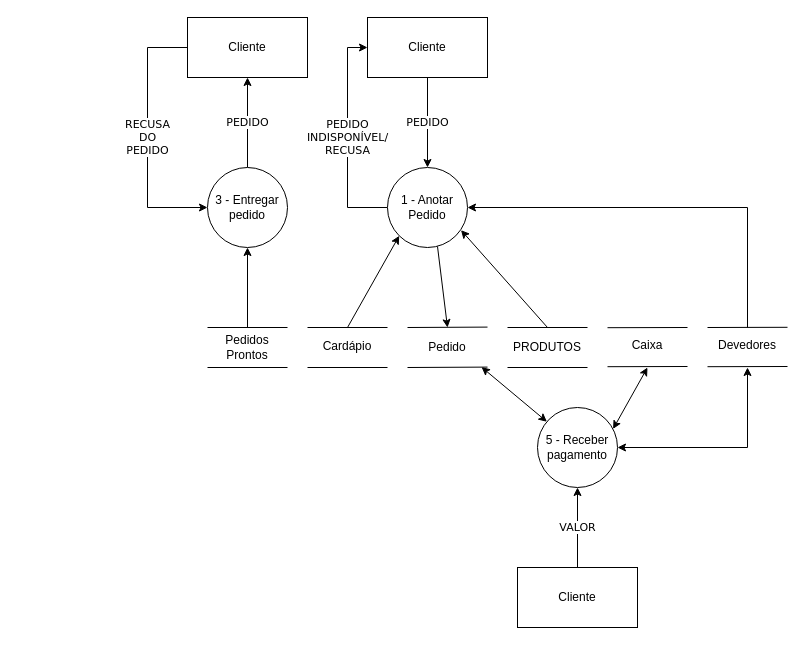
Before: docs/artefatos-15-23/ATENDIMENTO/DFD_ATENDIMENTO.drawio in Darienzo08/ope_ads, a draw.io diagram. Source tidied: cells renumbered, new cells numbered last; positions are measured from the earlier drawing's top-left corner, leaving out a move shared by most shapes. Both pictures are drawn from the tidied source at 100%, with x=0, y=0 at pixel (147, 17).
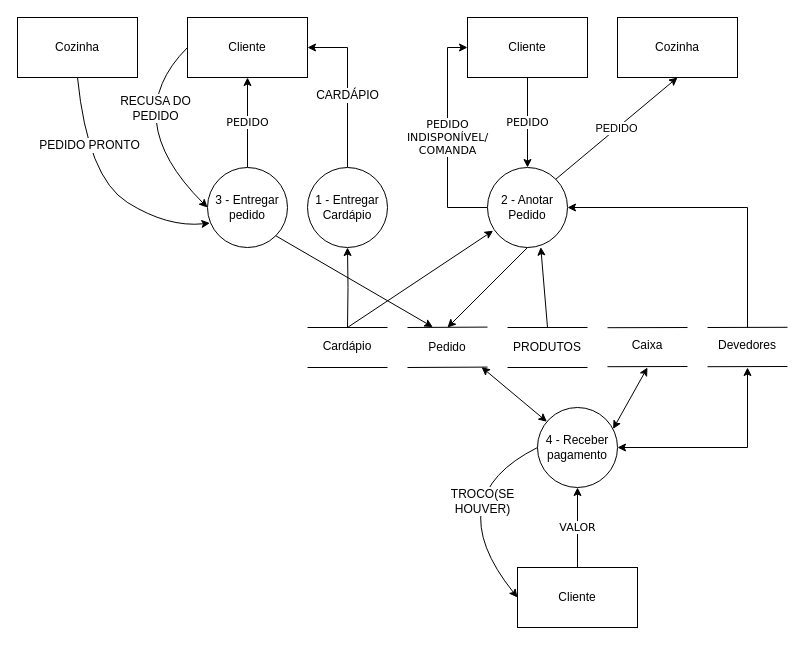
After the change.

Commit message (it also covers changes not shown here):
05.04.2020.financeiro-atendimento-cozinha

Unchanged cells that the change refers to:
```xml
<mxCell id="7" value="Pedido" style="text;html=1;strokeColor=none;fillColor=none;align=center;verticalAlign=middle;whiteSpace=wrap;rounded=0;" parent="1" vertex="1">
  <mxGeometry x="260" y="310" width="80" height="40" as="geometry" />
</mxCell>
<mxCell id="17" value="3 - Entregar pedido" style="ellipse;whiteSpace=wrap;html=1;" parent="1" vertex="1">
  <mxGeometry x="60" y="150" width="80" height="80" as="geometry" />
</mxCell>
<mxCell id="19" value="Cliente" style="rounded=0;whiteSpace=wrap;html=1;" parent="1" vertex="1">
  <mxGeometry x="40" width="120" height="60" as="geometry" />
</mxCell>
<mxCell id="28" value="Cliente" style="rounded=0;whiteSpace=wrap;html=1;" parent="1" vertex="1">
  <mxGeometry x="370" y="550" width="120" height="60" as="geometry" />
</mxCell>
```

The edit, as a diff of the source:
```diff
@@
+    <mxCell id="39" style="edgeStyle=orthogonalEdgeStyle;rounded=0;jettySize=auto;html=1;entryX=0.5;entryY=1;entryDx=0;entryDy=0;" parent="1" edge="1" target="42">
+      <mxGeometry relative="1" as="geometry">
+        <mxPoint x="200" y="310" as="sourcePoint" />
+      </mxGeometry>
+    </mxCell>
@@
     <mxCell id="9" value="Cliente" style="rounded=0;whiteSpace=wrap;html=1;" parent="1" vertex="1">
-      <mxGeometry x="220" width="120" height="60" as="geometry" />
+      <mxGeometry x="320" width="120" height="60" as="geometry" />
     </mxCell>
-    <mxCell id="10" value="&lt;div&gt;PEDIDO &lt;br&gt;&lt;/div&gt;&lt;div&gt;INDISPONÍVEL/&lt;/div&gt;&lt;div&gt;RECUSA&lt;br&gt;&lt;/div&gt;" style="edgeStyle=orthogonalEdgeStyle;rounded=0;jettySize=auto;html=1;entryX=0;entryY=0.5;entryDx=0;entryDy=0;fontColor=#000000;fontFamily=Verdana;" parent="1" edge="1" source="11" target="9">
+    <mxCell id="10" value="&lt;div&gt;PEDIDO &lt;br&gt;&lt;/div&gt;&lt;div&gt;INDISPONÍVEL/&lt;/div&gt;&lt;div&gt;COMANDA&lt;br&gt;&lt;/div&gt;" style="edgeStyle=orthogonalEdgeStyle;rounded=0;jettySize=auto;html=1;entryX=0;entryY=0.5;entryDx=0;entryDy=0;fontColor=#000000;fontFamily=Verdana;" parent="1" edge="1" source="11" target="9">
       <mxGeometry relative="1" as="geometry">
         <Array as="points">
-          <mxPoint x="200" y="190" />
-          <mxPoint x="200" y="30" />
+          <mxPoint x="300" y="190" />
+          <mxPoint x="300" y="30" />
         </Array>
       </mxGeometry>
     </mxCell>
-    <mxCell id="11" value="1 - Anotar Pedido" style="ellipse;whiteSpace=wrap;html=1;" parent="1" vertex="1">
-      <mxGeometry x="240" y="150" width="80" height="80" as="geometry" />
+    <mxCell id="11" value="2 - Anotar Pedido" style="ellipse;whiteSpace=wrap;html=1;" parent="1" vertex="1">
+      <mxGeometry x="340" y="150" width="80" height="80" as="geometry" />
     </mxCell>
-    <mxCell id="12" style="endArrow=classic;html=1;entryX=0;entryY=1;entryDx=0;entryDy=0;" parent="1" edge="1" target="11">
+    <mxCell id="12" style="endArrow=classic;html=1;entryX=0.07;entryY=0.79;entryDx=0;entryDy=0;entryPerimeter=0;" parent="1" edge="1" target="11">
       <mxGeometry relative="1" as="geometry">
         <mxPoint x="200" y="310" as="sourcePoint" />
       </mxGeometry>
     </mxCell>
@@
-    <mxCell id="18" value="&lt;div&gt;RECUSA&lt;/div&gt;&lt;div&gt;DO&lt;/div&gt;&lt;div&gt;PEDIDO&lt;br&gt;&lt;/div&gt;" style="edgeStyle=orthogonalEdgeStyle;rounded=0;jettySize=auto;html=1;entryX=0;entryY=0.5;entryDx=0;entryDy=0;fontFamily=Verdana;fontColor=#000000;" parent="1" edge="1" source="19" target="17">
-      <mxGeometry relative="1" as="geometry">
-        <Array as="points">
-          <mxPoint y="30" />
-          <mxPoint y="190" />
-        </Array>
-      </mxGeometry>
-    </mxCell>
@@
-    <mxCell id="20" style="endArrow=none;html=1;exitX=0;exitY=0;exitDx=0;exitDy=0;" parent="1" edge="1" source="23">
-      <mxGeometry relative="1" as="geometry">
-        <mxPoint x="140" y="310" as="targetPoint" />
-      </mxGeometry>
-    </mxCell>
-    <mxCell id="21" style="endArrow=none;html=1;exitX=0;exitY=1;exitDx=0;exitDy=0;" parent="1" edge="1" source="23">
-      <mxGeometry relative="1" as="geometry">
-        <mxPoint x="140" y="350" as="targetPoint" />
-      </mxGeometry>
-    </mxCell>
-    <mxCell id="22" style="edgeStyle=orthogonalEdgeStyle;rounded=0;jettySize=auto;html=1;entryX=0.5;entryY=1;entryDx=0;entryDy=0;" parent="1" edge="1" source="23" target="17">
-      <mxGeometry relative="1" as="geometry" />
-    </mxCell>
-    <mxCell id="23" value="Pedidos Prontos" style="text;html=1;strokeColor=none;fillColor=none;align=center;verticalAlign=middle;whiteSpace=wrap;rounded=0;" parent="1" vertex="1">
-      <mxGeometry x="60" y="310" width="80" height="40" as="geometry" />
-    </mxCell>
@@
-    <mxCell id="30" value="&lt;div&gt;5 - Receber&lt;/div&gt;&lt;div&gt;pagamento&lt;br&gt;&lt;/div&gt;" style="ellipse;whiteSpace=wrap;html=1;" parent="1" vertex="1">
+    <mxCell id="30" value="&lt;div&gt;4 - Receber&lt;/div&gt;&lt;div&gt;pagamento&lt;br&gt;&lt;/div&gt;" style="ellipse;whiteSpace=wrap;html=1;" parent="1" vertex="1">
       <mxGeometry x="390" y="390" width="80" height="80" as="geometry" />
     </mxCell>
@@
-    <mxCell id="32" style="endArrow=classic;html=1;fontFamily=Verdana;fontColor=#000000;exitX=0.625;exitY=0.987;exitDx=0;exitDy=0;exitPerimeter=0;entryX=0.5;entryY=0;entryDx=0;entryDy=0;" parent="1" edge="1" source="11" target="7">
+    <mxCell id="32" style="endArrow=classic;html=1;fontFamily=Verdana;fontColor=#000000;exitX=0.5;exitY=1;exitDx=0;exitDy=0;entryX=0.5;entryY=0;entryDx=0;entryDy=0;" parent="1" edge="1" source="11" target="7">
       <mxGeometry relative="1" as="geometry" />
     </mxCell>
-    <mxCell id="33" style="endArrow=classic;html=1;fontFamily=Verdana;fontColor=#000000;entryX=0.919;entryY=0.783;entryDx=0;entryDy=0;entryPerimeter=0;" parent="1" edge="1" target="11">
+    <mxCell id="33" style="endArrow=classic;html=1;fontFamily=Verdana;fontColor=#000000;entryX=0.666;entryY=0.995;entryDx=0;entryDy=0;entryPerimeter=0;" parent="1" edge="1" target="11">
       <mxGeometry relative="1" as="geometry">
         <mxPoint x="400" y="310" as="sourcePoint" />
       </mxGeometry>
     </mxCell>
@@
+    <mxCell id="40" style="edgeStyle=orthogonalEdgeStyle;rounded=0;jettySize=auto;html=1;entryX=1;entryY=0.5;entryDx=0;entryDy=0;" parent="1" edge="1" source="42" target="19">
+      <mxGeometry relative="1" as="geometry" />
+    </mxCell>
+    <mxCell id="41" value="CARDÁPIO" style="text;html=1;align=center;verticalAlign=middle;labelBackgroundColor=#ffffff;" parent="40" vertex="1">
+      <mxGeometry x="-0.09" y="1" relative="1" as="geometry" />
+    </mxCell>
+    <mxCell id="42" value="1 - Entregar&lt;br&gt;Cardápio" style="ellipse;whiteSpace=wrap;html=1;" parent="1" vertex="1">
+      <mxGeometry x="160" y="150" width="80" height="80" as="geometry" />
+    </mxCell>
+    <mxCell id="43" value="Cozinha" style="rounded=0;whiteSpace=wrap;html=1;" parent="1" vertex="1">
+      <mxGeometry x="470" width="120" height="60" as="geometry" />
+    </mxCell>
+    <mxCell id="44" value="PEDIDO" style="endArrow=classic;html=1;entryX=0.5;entryY=1;entryDx=0;entryDy=0;exitX=1;exitY=0;exitDx=0;exitDy=0;" parent="1" edge="1" source="11" target="43">
+      <mxGeometry relative="1" as="geometry" />
+    </mxCell>
+    <mxCell id="45" style="curved=1;endArrow=classic;html=1;exitX=0;exitY=0.5;exitDx=0;exitDy=0;entryX=0;entryY=0.5;entryDx=0;entryDy=0;" parent="1" edge="1" source="19" target="17">
+      <mxGeometry relative="1" as="geometry">
+        <Array as="points">
+          <mxPoint x="-30" y="100" />
+        </Array>
+      </mxGeometry>
+    </mxCell>
+    <mxCell id="18" value="RECUSA DO&lt;br&gt;PEDIDO" style="text;html=1;align=center;verticalAlign=middle;labelBackgroundColor=#ffffff;" parent="45" vertex="1">
+      <mxGeometry x="-0.42" y="20" relative="1" as="geometry" />
+    </mxCell>
+    <mxCell id="46" value="Cozinha" style="rounded=0;whiteSpace=wrap;html=1;" parent="1" vertex="1">
+      <mxGeometry x="-130" width="120" height="60" as="geometry" />
+    </mxCell>
+    <mxCell id="47" style="curved=1;endArrow=classic;html=1;exitX=0.5;exitY=1;exitDx=0;exitDy=0;entryX=0.03;entryY=0.695;entryDx=0;entryDy=0;entryPerimeter=0;" parent="1" edge="1" source="46" target="17">
+      <mxGeometry relative="1" as="geometry">
+        <Array as="points">
+          <mxPoint x="-60" y="160" />
+          <mxPoint x="20" y="210" />
+        </Array>
+      </mxGeometry>
+    </mxCell>
+    <mxCell id="48" value="PEDIDO PRONTO" style="text;html=1;align=center;verticalAlign=middle;labelBackgroundColor=#ffffff;" parent="47" vertex="1">
+      <mxGeometry x="-0.43" y="5" relative="1" as="geometry" />
+    </mxCell>
+    <mxCell id="49" style="endArrow=classic;html=1;entryX=0.316;entryY=-0.012;entryDx=0;entryDy=0;entryPerimeter=0;exitX=1;exitY=1;exitDx=0;exitDy=0;" parent="1" edge="1" source="17" target="7">
+      <mxGeometry relative="1" as="geometry" />
+    </mxCell>
+    <mxCell id="50" style="curved=1;endArrow=classic;html=1;exitX=0;exitY=0.5;exitDx=0;exitDy=0;entryX=0;entryY=0.5;entryDx=0;entryDy=0;" parent="1" edge="1" source="30" target="28">
+      <mxGeometry relative="1" as="geometry">
+        <Array as="points">
+          <mxPoint x="290" y="480" />
+        </Array>
+      </mxGeometry>
+    </mxCell>
+    <mxCell id="51" value="TROCO(SE&lt;br&gt;HOUVER)" style="text;html=1;align=center;verticalAlign=middle;labelBackgroundColor=#ffffff;" parent="50" vertex="1">
+      <mxGeometry x="-0.38" y="23" relative="1" as="geometry" />
+    </mxCell>
```
